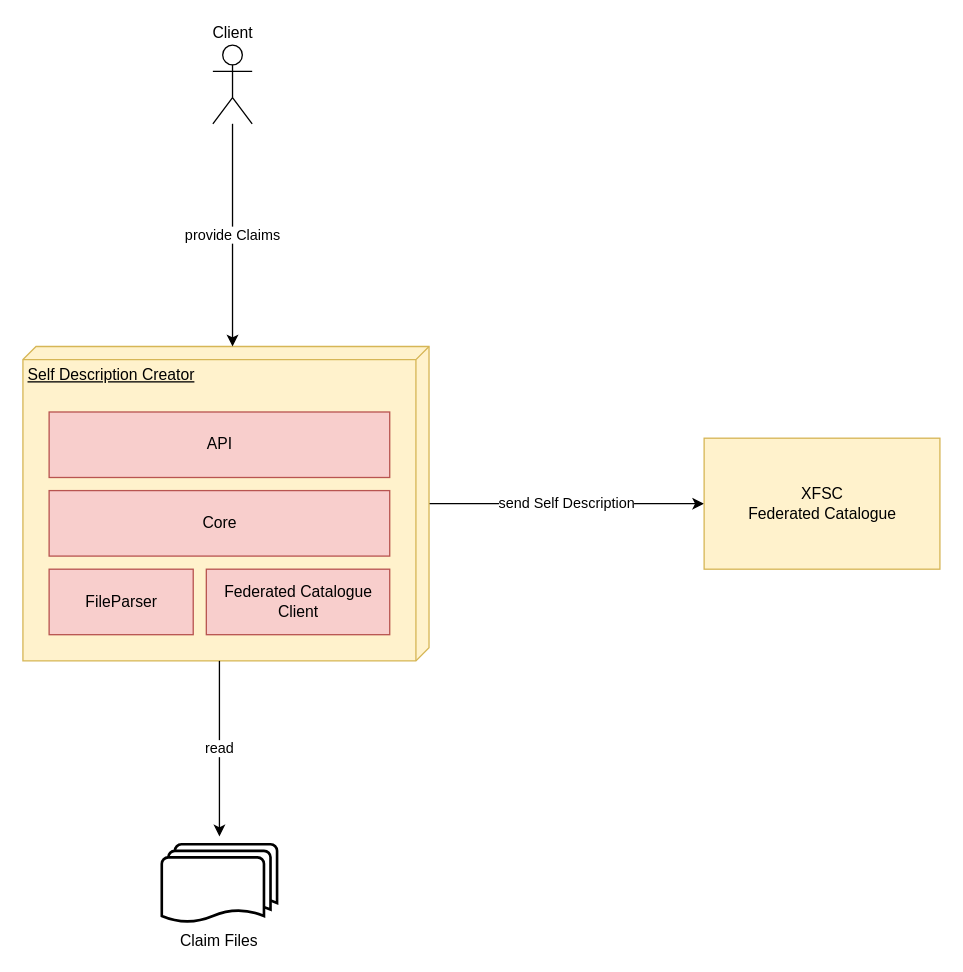
Before: docs/SD Creator Use Case.drawio in GAIA-X4PLC-AAD/self-description-creator, a draw.io diagram. Source tidied: cells renumbered, new cells numbered last; positions are measured from the earlier drawing's top-left corner, leaving out a move shared by most shapes. Both pictures are drawn from the tidied source at 131%, with x=0, y=0 at pixel (22, 45).
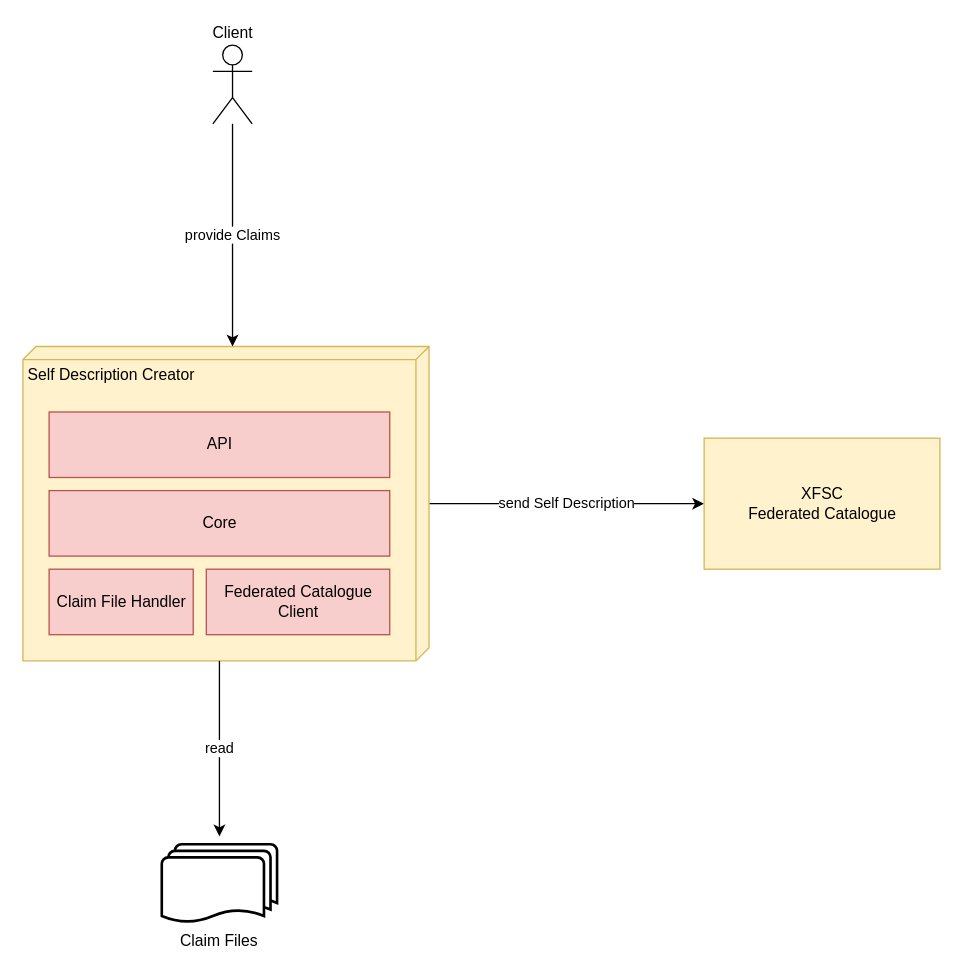
The same diagram, later.

What changed in the source:
```diff
@@
 <mxGraphModel>
   <root>
     <mxCell id="0" />
     <mxCell id="1" parent="0" />
     <mxCell id="2" value="send Self Description" style="edgeStyle=orthogonalEdgeStyle;rounded=0;jettySize=auto;html=1;entryX=0;entryY=0.5;entryDx=0;entryDy=0;" parent="1" edge="1" source="3" target="9">
       <mxGeometry relative="1" as="geometry" />
     </mxCell>
-    <mxCell id="3" value="Self Description Creator" style="verticalAlign=top;align=left;spacingTop=8;spacingLeft=2;spacingRight=12;shape=cube;size=10;direction=south;fontStyle=4;html=1;fillColor=#fff2cc;strokeColor=#d6b656;" parent="1" vertex="1">
+    <mxCell id="3" value="Self Description Creator" style="verticalAlign=top;align=left;spacingTop=8;spacingLeft=2;spacingRight=12;shape=cube;size=10;direction=south;fontStyle=0;html=1;fillColor=#fff2cc;strokeColor=#d6b656;" parent="1" vertex="1">
       <mxGeometry y="230" width="310" height="240" as="geometry" />
     </mxCell>
     <mxCell id="4" value="API" style="html=1;fillColor=#f8cecc;strokeColor=#b85450;" parent="1" vertex="1">
       <mxGeometry x="20" y="280" width="260" height="50" as="geometry" />
     </mxCell>
     <mxCell id="5" value="read" style="edgeStyle=orthogonalEdgeStyle;rounded=0;jettySize=auto;html=1;entryX=0.5;entryY=-0.1;entryDx=0;entryDy=0;entryPerimeter=0;exitX=0;exitY=0;exitDx=240;exitDy=160;exitPerimeter=0;" parent="1" edge="1" source="3" target="12">
       <mxGeometry relative="1" as="geometry" />
     </mxCell>
-    <mxCell id="6" value="FileParser" style="html=1;fillColor=#f8cecc;strokeColor=#b85450;" parent="1" vertex="1">
+    <mxCell id="6" value="Claim File Handler" style="html=1;fillColor=#f8cecc;strokeColor=#b85450;" parent="1" vertex="1">
       <mxGeometry x="20" y="400" width="110" height="50" as="geometry" />
     </mxCell>
     <mxCell id="7" value="Core" style="html=1;fillColor=#f8cecc;strokeColor=#b85450;" parent="1" vertex="1">
       <mxGeometry x="20" y="340" width="260" height="50" as="geometry" />
     </mxCell>
     <mxCell id="8" value="Federated Catalogue &lt;br&gt;Client" style="html=1;fillColor=#f8cecc;strokeColor=#b85450;" parent="1" vertex="1">
       <mxGeometry x="140" y="400" width="140" height="50" as="geometry" />
     </mxCell>
     <mxCell id="9" value="XFSC &lt;br&gt;Federated Catalogue" style="html=1;fillColor=#fff2cc;strokeColor=#d6b656;" parent="1" vertex="1">
       <mxGeometry x="520" y="300" width="180" height="100" as="geometry" />
     </mxCell>
     <mxCell id="10" value="provide Claims" style="edgeStyle=orthogonalEdgeStyle;rounded=0;jettySize=auto;html=1;entryX=0;entryY=0;entryDx=0;entryDy=150;entryPerimeter=0;" parent="1" edge="1" source="11" target="3">
       <mxGeometry relative="1" as="geometry" />
     </mxCell>
     <mxCell id="11" value="Client" style="shape=umlActor;verticalLabelPosition=top;verticalAlign=bottom;html=1;labelPosition=center;align=center;" parent="1" vertex="1">
       <mxGeometry x="145" width="30" height="60" as="geometry" />
     </mxCell>
     <mxCell id="12" value="Claim Files" style="strokeWidth=2;html=1;shape=mxgraph.flowchart.multi-document;whiteSpace=wrap;labelPosition=center;verticalLabelPosition=bottom;align=center;verticalAlign=top;" parent="1" vertex="1">
       <mxGeometry x="106" y="610" width="88" height="60" as="geometry" />
     </mxCell>
   </root>
 </mxGraphModel>
```
